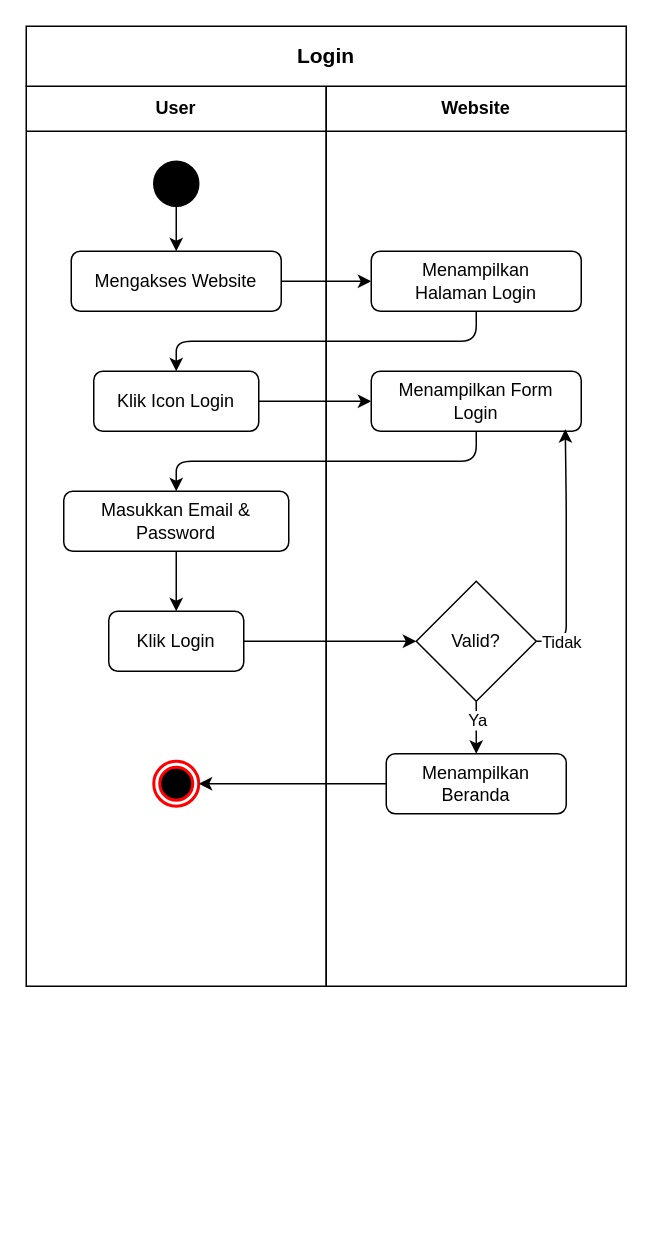
Earlier version of the draw.io diagram page "Activity: Login" (3 of 7) of diagram-macha/Macha_Diagrams.drawio (FikriBintangx/Macha). Source tidied: cells renumbered, new cells numbered last; positions are measured from the earlier drawing's top-left corner, leaving out a move shared by most shapes. Both pictures are drawn from the tidied source at 150%, with x=0, y=0 at pixel (26, 26).
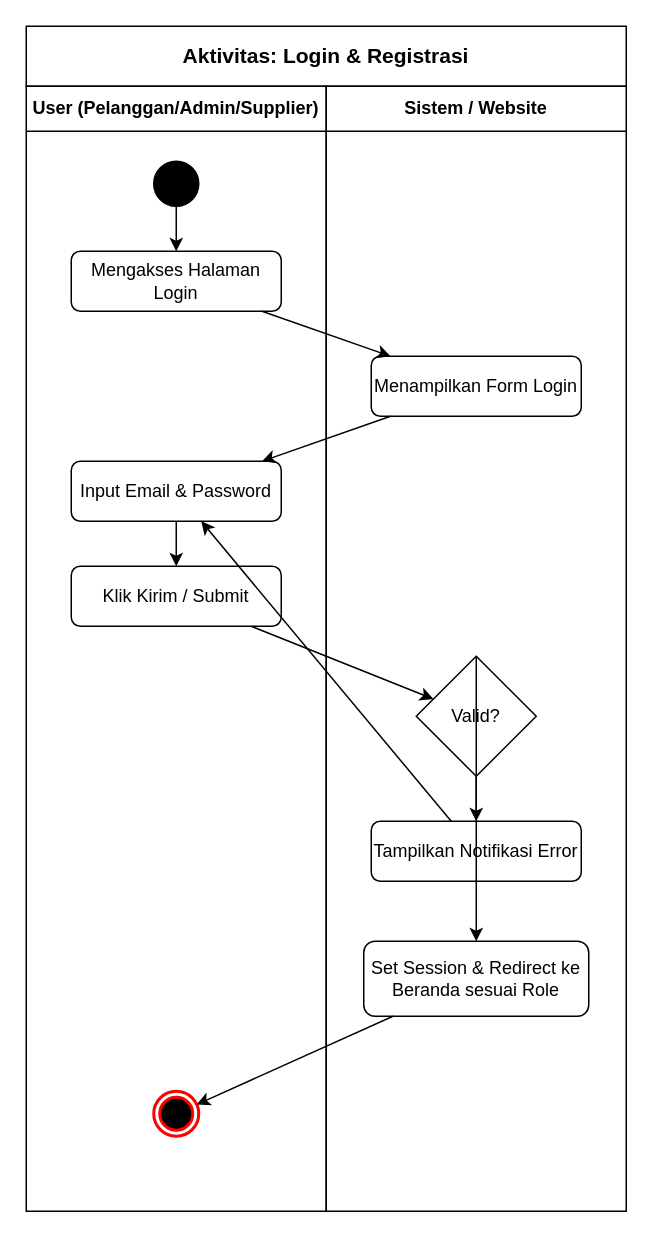
After the change.

The edit, as a diff of the source:
```diff
@@
-    <mxCell id="2" value="User" style="swimlane;whiteSpace=wrap;html=1;startSize=30;" parent="1" vertex="1">
-      <mxGeometry y="40" width="200" height="600" as="geometry" />
-    </mxCell>
+    <mxCell id="27" value="Aktivitas: Login &amp; Registrasi" style="rounded=0;whiteSpace=wrap;html=1;fontStyle=1;fontSize=14;align=center;verticalAlign=middle;" parent="1" vertex="1">
+      <mxGeometry width="400" height="40" as="geometry" />
+    </mxCell>
+    <mxCell id="28" value="User (Pelanggan/Admin/Supplier)" style="swimlane;whiteSpace=wrap;html=1;startSize=30;" parent="1" vertex="1">
+      <mxGeometry y="40" width="200" height="750" as="geometry" />
+    </mxCell>
+    <mxCell id="29" value="Sistem / Website" style="swimlane;whiteSpace=wrap;html=1;startSize=30;" parent="1" vertex="1">
+      <mxGeometry x="200" y="40" width="200" height="750" as="geometry" />
+    </mxCell>
-    <mxCell id="3" style="ellipse;whiteSpace=wrap;html=1;fillColor=#000000;" parent="2" vertex="1">
+    <mxCell id="3" style="ellipse;whiteSpace=wrap;html=1;fillColor=#000000;" parent="28" vertex="1">
       <mxGeometry x="85" y="50" width="30" height="30" as="geometry" />
     </mxCell>
-    <mxCell id="4" value="Mengakses Website" style="rounded=1;whiteSpace=wrap;html=1;" parent="2" vertex="1">
+    <mxCell id="4" value="Mengakses Halaman Login" style="rounded=1;whiteSpace=wrap;html=1;" parent="28" vertex="1">
       <mxGeometry x="30" y="110" width="140" height="40" as="geometry" />
     </mxCell>
-    <mxCell id="5" value="Klik Icon Login" style="rounded=1;whiteSpace=wrap;html=1;" parent="2" vertex="1">
-      <mxGeometry x="45" y="190" width="110" height="40" as="geometry" />
+    <mxCell id="5" value="Input Email &amp; Password" style="rounded=1;whiteSpace=wrap;html=1;" parent="28" vertex="1">
+      <mxGeometry x="30" y="250" width="140" height="40" as="geometry" />
     </mxCell>
-    <mxCell id="6" value="Masukkan Email &amp; Password" style="rounded=1;whiteSpace=wrap;html=1;" parent="2" vertex="1">
-      <mxGeometry x="25" y="270" width="150" height="40" as="geometry" />
+    <mxCell id="6" value="Klik Kirim / Submit" style="rounded=1;whiteSpace=wrap;html=1;" parent="28" vertex="1">
+      <mxGeometry x="30" y="320" width="140" height="40" as="geometry" />
     </mxCell>
-    <mxCell id="7" value="Klik Login" style="rounded=1;whiteSpace=wrap;html=1;" parent="2" vertex="1">
-      <mxGeometry x="55" y="350" width="90" height="40" as="geometry" />
-    </mxCell>
-    <mxCell id="8" style="ellipse;html=1;shape=endState;fillColor=#000000;strokeColor=#ff0000;strokeWidth=2;" parent="2" vertex="1">
-      <mxGeometry x="85" y="450" width="30" height="30" as="geometry" />
+    <mxCell id="8" style="ellipse;html=1;shape=endState;fillColor=#000000;strokeColor=#ff0000;strokeWidth=2;" parent="28" vertex="1">
+      <mxGeometry x="85" y="670" width="30" height="30" as="geometry" />
     </mxCell>
-    <mxCell id="9" value="Website" style="swimlane;whiteSpace=wrap;html=1;startSize=30;" parent="1" vertex="1">
-      <mxGeometry x="200" y="40" width="200" height="600" as="geometry" />
-    </mxCell>
-    <mxCell id="10" value="Menampilkan&#10;Halaman Login" style="rounded=1;whiteSpace=wrap;html=1;" parent="9" vertex="1">
-      <mxGeometry x="30" y="110" width="140" height="40" as="geometry" />
+    <mxCell id="10" value="Menampilkan Form Login" style="rounded=1;whiteSpace=wrap;html=1;" parent="29" vertex="1">
+      <mxGeometry x="30" y="180" width="140" height="40" as="geometry" />
     </mxCell>
-    <mxCell id="11" value="Menampilkan Form&#10;Login" style="rounded=1;whiteSpace=wrap;html=1;" parent="9" vertex="1">
-      <mxGeometry x="30" y="190" width="140" height="40" as="geometry" />
+    <mxCell id="11" value="Valid?" style="rhombus;whiteSpace=wrap;html=1;" parent="29" vertex="1">
+      <mxGeometry x="60" y="380" width="80" height="80" as="geometry" />
     </mxCell>
-    <mxCell id="12" value="Valid?" style="rhombus;whiteSpace=wrap;html=1;" parent="9" vertex="1">
-      <mxGeometry x="60" y="330" width="80" height="80" as="geometry" />
+    <mxCell id="12" value="Tampilkan Notifikasi Error" style="rounded=1;whiteSpace=wrap;html=1;" parent="29" vertex="1">
+      <mxGeometry x="30" y="490" width="140" height="40" as="geometry" />
     </mxCell>
-    <mxCell id="13" value="Menampilkan&#10;Beranda" style="rounded=1;whiteSpace=wrap;html=1;" parent="9" vertex="1">
-      <mxGeometry x="40" y="445" width="120" height="40" as="geometry" />
+    <mxCell id="13" value="Set Session &amp; Redirect ke Beranda sesuai Role" style="rounded=1;whiteSpace=wrap;html=1;" parent="29" vertex="1">
+      <mxGeometry x="25" y="570" width="150" height="50" as="geometry" />
     </mxCell>
@@
     <mxCell id="16" parent="1" edge="1" source="10" target="5">
-      <mxGeometry relative="1" as="geometry">
-        <Array as="points">
-          <mxPoint x="300" y="210" />
-          <mxPoint x="100" y="210" />
-        </Array>
-      </mxGeometry>
+      <mxGeometry relative="1" as="geometry" />
     </mxCell>
-    <mxCell id="17" parent="1" edge="1" source="5" target="11">
+    <mxCell id="17" parent="1" edge="1" source="5" target="6">
       <mxGeometry relative="1" as="geometry" />
     </mxCell>
-    <mxCell id="18" style="exitX=0.5;exitY=1;exitDx=0;exitDy=0;" parent="1" edge="1" source="11" target="6">
-      <mxGeometry relative="1" as="geometry">
-        <Array as="points">
-          <mxPoint x="300" y="290" />
-          <mxPoint x="100" y="290" />
-        </Array>
-      </mxGeometry>
+    <mxCell id="18" parent="1" edge="1" source="6" target="11">
+      <mxGeometry relative="1" as="geometry" />
     </mxCell>
-    <mxCell id="19" parent="1" edge="1" source="6" target="7">
+    <mxCell id="19" style="exitX=0.5;exitY=1;entryX=0.5;entryY=0;" parent="1" edge="1" source="11" target="13">
       <mxGeometry relative="1" as="geometry" />
     </mxCell>
-    <mxCell id="20" parent="1" edge="1" source="7" target="12">
+    <mxCell id="20" style="exitX=0.5;exitY=0;entryX=0.5;entryY=0;" parent="1" edge="1" source="11" target="12">
       <mxGeometry relative="1" as="geometry" />
     </mxCell>
-    <mxCell id="21" parent="1" edge="1" source="12" target="13">
+    <mxCell id="21" style="curved=1;" parent="1" edge="1" source="12" target="5">
       <mxGeometry relative="1" as="geometry" />
     </mxCell>
-    <mxCell id="22" value="Ya" style="edgeLabel;html=1;align=center;verticalAlign=middle;" parent="21" vertex="1">
-      <mxGeometry x="-0.3" relative="1" as="geometry" />
-    </mxCell>
-    <mxCell id="23" style="entryX=0.924;entryY=0.965;entryDx=0;entryDy=0;entryPerimeter=0;" parent="1" edge="1" source="12" target="11">
-      <mxGeometry relative="1" as="geometry">
-        <Array as="points">
-          <mxPoint x="360" y="410" />
-          <mxPoint x="360" y="320" />
-        </Array>
-      </mxGeometry>
+    <mxCell id="23" parent="1" edge="1" source="13" target="8">
+      <mxGeometry relative="1" as="geometry" />
     </mxCell>
-    <mxCell id="24" value="Tidak" style="edgeLabel;html=1;align=center;verticalAlign=middle;" parent="23" vertex="1">
-      <mxGeometry x="-0.8" relative="1" as="geometry" />
-    </mxCell>
-    <mxCell id="25" parent="1" edge="1" source="13" target="8">
-      <mxGeometry relative="1" as="geometry" />
-    </mxCell>
-    <mxCell id="26" value="Login" style="rounded=0;whiteSpace=wrap;html=1;fontStyle=1;fontSize=14;fillColor=#ffffff;strokeColor=#000000;align=center;verticalAlign=middle;" parent="1" vertex="1">
-      <mxGeometry width="400" height="40" as="geometry" />
-    </mxCell>
```
